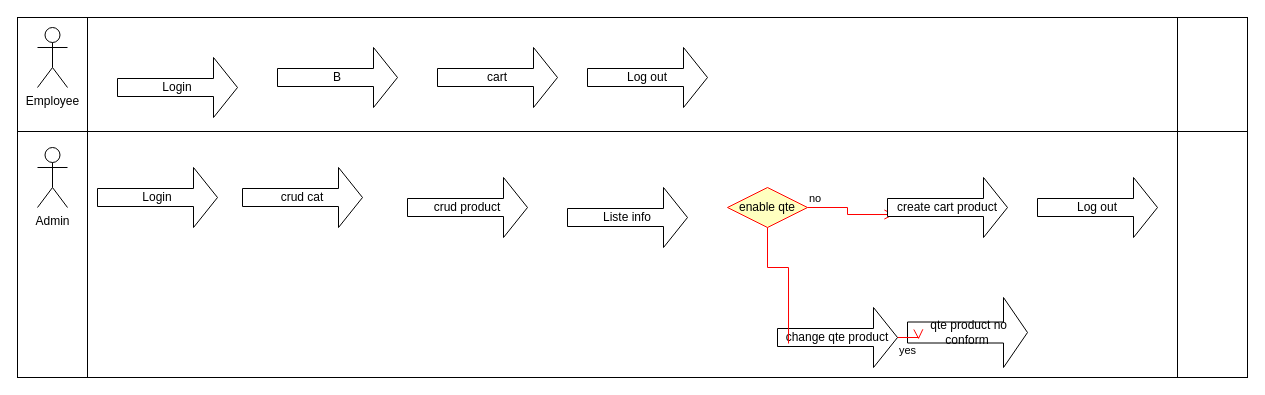
The draw.io diagram page "apk" (3 of 3) of class Diagram.drawio in soufiane-ekouines/restaurants_cart, before the edit. Source tidied: cells renumbered, new cells numbered last; positions are measured from the earlier drawing's top-left corner, leaving out a move shared by most shapes. Both pictures are drawn from the tidied source at 100%, with x=0, y=0 at pixel (17, 17).
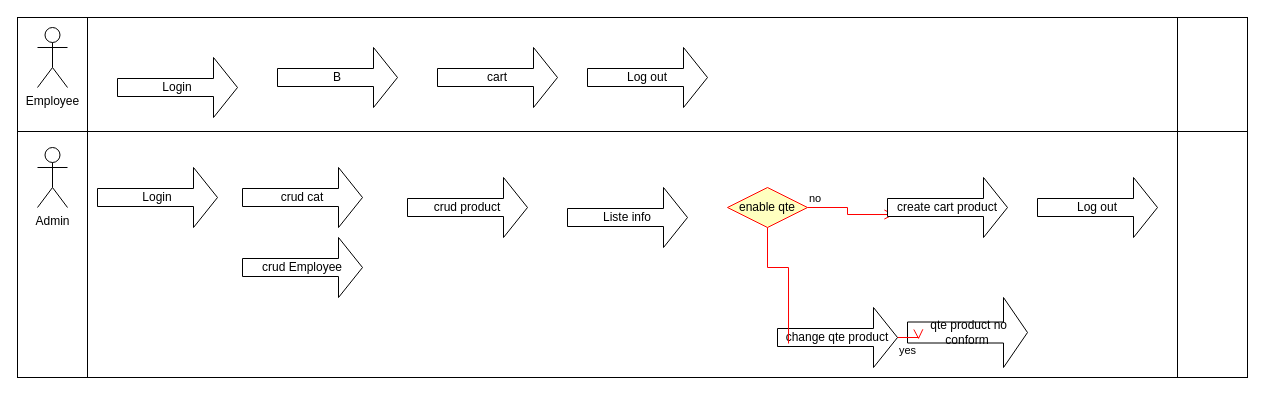
Above is the later version.

What changed in the source:
```diff
@@
+    <mxCell id="22" value="crud Employee" style="shape=singleArrow;direction=east;whiteSpace=wrap;html=1;" parent="1" vertex="1">
+      <mxGeometry x="225" y="220" width="120" height="60" as="geometry" />
+    </mxCell>
```
